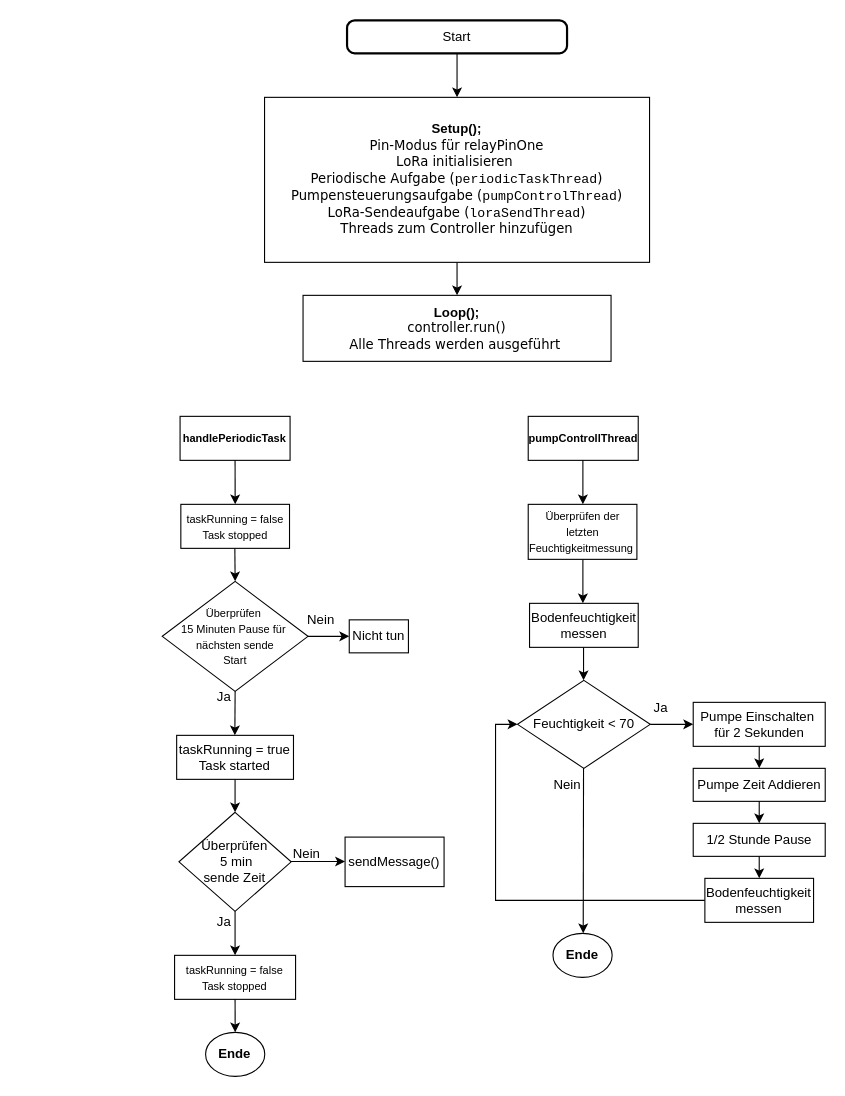
Before: Flowchart Geweachshaus.drawio in spitztli/SmartVeggie_Hub, a draw.io diagram. Source tidied: cells renumbered, new cells numbered last; positions are measured from the earlier drawing's top-left corner, leaving out a move shared by most shapes. Both pictures are drawn from the tidied source at 110%, with x=0, y=0 at pixel (162, 20).
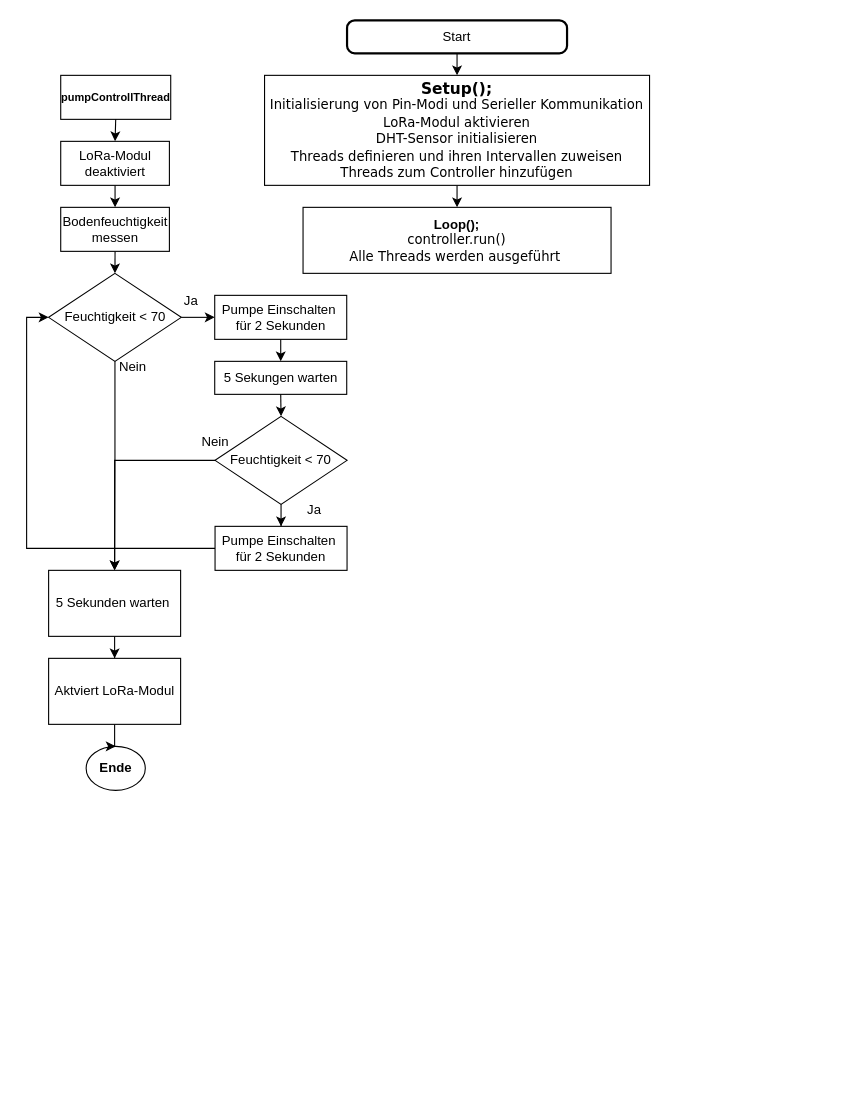
The same page after the edit.

What changed in the source:
```diff
@@
-    <mxCell id="4" style="endArrow=classic;html=1;rounded=0;entryX=0.5;entryY=0;entryDx=0;entryDy=0;" parent="1" edge="1" target="8">
-      <mxGeometry relative="1" as="geometry">
-        <mxPoint x="268" y="220" as="sourcePoint" />
-      </mxGeometry>
+    <mxCell id="4" style="endArrow=classic;html=1;rounded=0;entryX=0.5;entryY=0;entryDx=0;entryDy=0;exitX=0.5;exitY=1;exitDx=0;exitDy=0;" parent="1" edge="1" source="5" target="8">
+      <mxGeometry relative="1" as="geometry" />
     </mxCell>
-    <mxCell id="5" value="&lt;b&gt;Setup();&lt;/b&gt;&lt;br&gt;&lt;font face=&quot;Verdana&quot;&gt;Pin-Modus für &lt;/font&gt;&lt;code&gt;&lt;font face=&quot;Verdana&quot;&gt;relayPinOne&lt;br&gt;LoRa initialisieren&amp;nbsp;&lt;br&gt;Periodische Aufgabe (&lt;code style=&quot;&quot;&gt;periodicTaskThread&lt;/code&gt;)&lt;br&gt;Pumpensteuerungsaufgabe (&lt;code style=&quot;&quot;&gt;pumpControlThread&lt;/code&gt;)&lt;br&gt;LoRa-Sendeaufgabe (&lt;code style=&quot;&quot;&gt;loraSendThread&lt;/code&gt;)&lt;br&gt;Threads zum Controller hinzufügen&lt;/font&gt;&lt;br&gt;&lt;/code&gt;" style="rounded=0;whiteSpace=wrap;html=1;" parent="1" vertex="1">
-      <mxGeometry x="93" y="70" width="350" height="150" as="geometry" />
+    <mxCell id="5" value="&lt;font style=&quot;font-size: 14px;&quot;&gt;&lt;b style=&quot;&quot;&gt;&lt;font style=&quot;&quot; face=&quot;Verdana&quot;&gt;Setup();&lt;/font&gt;&lt;/b&gt;&lt;br&gt;&lt;/font&gt;&lt;code&gt;&lt;font style=&quot;font-size: 12px;&quot; face=&quot;Verdana&quot;&gt;Initialisierung von Pin-Modi und Serieller Kommunikation&lt;br&gt;LoRa-Modul aktivieren&lt;br&gt;DHT-Sensor initialisieren&lt;br&gt;Threads definieren und ihren Intervallen zuweisen&lt;br&gt;Threads zum Controller hinzufügen&lt;/font&gt;&lt;br&gt;&lt;/code&gt;" style="rounded=0;whiteSpace=wrap;html=1;" parent="1" vertex="1">
+      <mxGeometry x="93" y="50" width="350" height="100" as="geometry" />
     </mxCell>
-    <mxCell id="6" style="endArrow=classic;html=1;rounded=0;entryX=0.5;entryY=0;entryDx=0;entryDy=0;" parent="1" edge="1" target="21">
-      <mxGeometry relative="1" as="geometry">
-        <mxPoint x="66" y="480" as="sourcePoint" />
-      </mxGeometry>
-    </mxCell>
-    <mxCell id="7" style="endArrow=classic;html=1;rounded=0;exitX=1;exitY=0.5;exitDx=0;exitDy=0;" parent="1" edge="1">
-      <mxGeometry relative="1" as="geometry">
-        <mxPoint x="116.2" y="764.7" as="sourcePoint" />
-        <mxPoint x="166.2" y="764.7" as="targetPoint" />
-      </mxGeometry>
-    </mxCell>
     <mxCell id="8" value="&lt;b&gt;Loop();&lt;/b&gt;&lt;br&gt;&lt;font face=&quot;Verdana&quot;&gt;controller.run()&lt;br&gt;Alle Threads werden ausgeführt&lt;/font&gt;&amp;nbsp;" style="rounded=0;whiteSpace=wrap;html=1;" parent="1" vertex="1">
-      <mxGeometry x="128" y="250" width="280" height="60" as="geometry" />
+      <mxGeometry x="128" y="170" width="280" height="60" as="geometry" />
     </mxCell>
-    <mxCell id="9" value="&lt;b&gt;&lt;font style=&quot;font-size: 10px;&quot;&gt;handlePeriodicTask&lt;/font&gt;&lt;/b&gt;" style="rounded=0;whiteSpace=wrap;html=1;" parent="1" vertex="1">
-      <mxGeometry x="16.2" y="360" width="100" height="40" as="geometry" />
-    </mxCell>
-    <mxCell id="10" value="sendMessage()" style="rounded=0;whiteSpace=wrap;html=1;" parent="1" vertex="1">
-      <mxGeometry x="166.2" y="742.5" width="90" height="45" as="geometry" />
-    </mxCell>
-    <mxCell id="11" value="&lt;font style=&quot;font-size: 10px;&quot;&gt;taskRunning = false&lt;br&gt;Task stopped&lt;/font&gt;" style="rounded=0;whiteSpace=wrap;html=1;" parent="1" vertex="1">
-      <mxGeometry x="11.2" y="850" width="110" height="40" as="geometry" />
-    </mxCell>
-    <mxCell id="12" style="endArrow=classic;html=1;rounded=0;exitX=1;exitY=0.5;exitDx=0;exitDy=0;" parent="1" edge="1" source="21">
-      <mxGeometry relative="1" as="geometry">
-        <mxPoint x="170" y="560" as="targetPoint" />
-      </mxGeometry>
-    </mxCell>
-    <mxCell id="13" style="endArrow=classic;html=1;rounded=0;exitX=0.5;exitY=1;exitDx=0;exitDy=0;entryX=0.5;entryY=0;entryDx=0;entryDy=0;" parent="1" edge="1" source="22" target="20">
-      <mxGeometry relative="1" as="geometry" />
-    </mxCell>
-    <mxCell id="14" style="endArrow=classic;html=1;rounded=0;exitX=0.5;exitY=1;exitDx=0;exitDy=0;" parent="1" edge="1" source="20">
-      <mxGeometry relative="1" as="geometry">
-        <mxPoint x="66.2" y="850" as="targetPoint" />
-      </mxGeometry>
-    </mxCell>
-    <mxCell id="15" style="endArrow=classic;html=1;rounded=0;exitX=0.5;exitY=1;exitDx=0;exitDy=0;entryX=0.5;entryY=0;entryDx=0;entryDy=0;" parent="1" edge="1" source="11" target="25">
-      <mxGeometry relative="1" as="geometry" />
-    </mxCell>
-    <mxCell id="16" style="endArrow=classic;html=1;rounded=0;exitX=0.5;exitY=1;exitDx=0;exitDy=0;" parent="1" edge="1" source="21">
-      <mxGeometry relative="1" as="geometry">
-        <mxPoint x="66" y="650" as="targetPoint" />
-      </mxGeometry>
-    </mxCell>
-    <mxCell id="17" value="Ja" style="text;html=1;align=center;verticalAlign=middle;strokeColor=none;fillColor=none;" parent="1" vertex="1">
-      <mxGeometry x="36.2" y="600" width="40" height="30" as="geometry" />
-    </mxCell>
-    <mxCell id="18" value="Nein" style="text;html=1;align=center;verticalAlign=middle;strokeColor=none;fillColor=none;" parent="1" vertex="1">
-      <mxGeometry x="119.4" y="530" width="50" height="30" as="geometry" />
-    </mxCell>
-    <mxCell id="19" value="Nicht tun" style="rounded=0;whiteSpace=wrap;html=1;" parent="1" vertex="1">
-      <mxGeometry x="170" y="545" width="53.8" height="30" as="geometry" />
-    </mxCell>
-    <mxCell id="20" value="Überprüfen&lt;br&gt;&amp;nbsp;5 min&lt;br&gt;sende Zeit" style="rhombus;whiteSpace=wrap;html=1;" parent="1" vertex="1">
-      <mxGeometry x="15.2" y="720" width="102" height="90" as="geometry" />
-    </mxCell>
-    <mxCell id="21" value="&lt;font style=&quot;font-size: 10px;&quot;&gt;Überprüfen&amp;nbsp;&lt;br&gt;15 Minuten Pause für&amp;nbsp;&lt;br&gt;nächsten sende&lt;br&gt;Start&lt;br&gt;&lt;/font&gt;" style="rhombus;whiteSpace=wrap;html=1;" parent="1" vertex="1">
-      <mxGeometry y="510" width="132.5" height="100" as="geometry" />
-    </mxCell>
-    <mxCell id="22" value="taskRunning = true&lt;br&gt;Task started" style="rounded=0;whiteSpace=wrap;html=1;" parent="1" vertex="1">
-      <mxGeometry x="13.1" y="650" width="106.2" height="40" as="geometry" />
-    </mxCell>
-    <mxCell id="23" value="Nein" style="text;html=1;align=center;verticalAlign=middle;strokeColor=none;fillColor=none;" parent="1" vertex="1">
-      <mxGeometry x="106.2" y="742.5" width="50" height="30" as="geometry" />
-    </mxCell>
-    <mxCell id="24" value="Ja" style="text;html=1;align=center;verticalAlign=middle;strokeColor=none;fillColor=none;" parent="1" vertex="1">
-      <mxGeometry x="36.2" y="805" width="40" height="30" as="geometry" />
-    </mxCell>
-    <mxCell id="25" value="&lt;strong&gt;Ende&lt;/strong&gt;" style="ellipse;whiteSpace=wrap;html=1;" parent="1" vertex="1">
-      <mxGeometry x="39.4" y="920" width="53.8" height="40" as="geometry" />
-    </mxCell>
-    <mxCell id="26" value="&lt;font style=&quot;font-size: 10px;&quot;&gt;taskRunning = false&lt;br&gt;Task stopped&lt;/font&gt;" style="rounded=0;whiteSpace=wrap;html=1;" parent="1" vertex="1">
-      <mxGeometry x="16.9" y="440" width="98.8" height="40" as="geometry" />
-    </mxCell>
-    <mxCell id="27" style="endArrow=classic;html=1;rounded=0;entryX=0.5;entryY=0;entryDx=0;entryDy=0;exitX=0.5;exitY=1;exitDx=0;exitDy=0;" parent="1" edge="1" source="9" target="26">
-      <mxGeometry relative="1" as="geometry" />
-    </mxCell>
     <mxCell id="28" value="&lt;b&gt;&lt;font style=&quot;font-size: 10px;&quot;&gt;pumpControllThread&lt;/font&gt;&lt;/b&gt;" style="rounded=0;whiteSpace=wrap;html=1;" parent="1" vertex="1">
-      <mxGeometry x="332.7" y="360" width="100" height="40" as="geometry" />
+      <mxGeometry x="-92.3" y="50" width="100" height="40" as="geometry" />
     </mxCell>
-    <mxCell id="29" style="endArrow=classic;html=1;rounded=0;entryX=0.5;entryY=0;entryDx=0;entryDy=0;exitX=0.5;exitY=1;exitDx=0;exitDy=0;" parent="1" edge="1" source="40" target="41">
+    <mxCell id="29" style="endArrow=classic;html=1;rounded=0;exitX=0.5;exitY=1;exitDx=0;exitDy=0;" parent="1" edge="1" source="40" target="42">
       <mxGeometry relative="1" as="geometry" />
     </mxCell>
-    <mxCell id="30" style="endArrow=classic;html=1;rounded=0;exitX=0.5;exitY=1;exitDx=0;exitDy=0;" parent="1" edge="1">
-      <mxGeometry relative="1" as="geometry">
-        <mxPoint x="383" y="675" as="sourcePoint" />
-        <mxPoint x="382.7" y="830" as="targetPoint" />
-      </mxGeometry>
-    </mxCell>
-    <mxCell id="31" style="endArrow=classic;html=1;rounded=0;exitX=1;exitY=0.5;exitDx=0;exitDy=0;" parent="1" edge="1" source="37">
-      <mxGeometry relative="1" as="geometry">
-        <mxPoint x="482.7" y="640" as="targetPoint" />
-      </mxGeometry>
+    <mxCell id="31" style="endArrow=classic;html=1;rounded=0;exitX=1;exitY=0.5;exitDx=0;exitDy=0;entryX=0;entryY=0.5;entryDx=0;entryDy=0;" parent="1" edge="1" source="37" target="40">
+      <mxGeometry relative="1" as="geometry" />
     </mxCell>
-    <mxCell id="32" style="endArrow=classic;html=1;rounded=0;entryX=0.5;entryY=0;entryDx=0;entryDy=0;exitX=0.5;exitY=1;exitDx=0;exitDy=0;" parent="1" edge="1">
-      <mxGeometry relative="1" as="geometry">
-        <mxPoint x="383" y="560" as="sourcePoint" />
-        <mxPoint x="383" y="600" as="targetPoint" />
-      </mxGeometry>
+    <mxCell id="32" style="endArrow=classic;html=1;rounded=0;entryX=0.5;entryY=0;entryDx=0;entryDy=0;exitX=0.5;exitY=1;exitDx=0;exitDy=0;" parent="1" edge="1" source="36" target="37">
+      <mxGeometry relative="1" as="geometry" />
     </mxCell>
-    <mxCell id="33" style="endArrow=classic;html=1;rounded=0;entryX=0.5;entryY=0;entryDx=0;entryDy=0;exitX=0.5;exitY=1;exitDx=0;exitDy=0;" parent="1" edge="1">
-      <mxGeometry relative="1" as="geometry">
-        <mxPoint x="382.4" y="490" as="sourcePoint" />
-        <mxPoint x="382.4" y="530" as="targetPoint" />
-      </mxGeometry>
+    <mxCell id="33" style="endArrow=classic;html=1;rounded=0;entryX=0.5;entryY=0;entryDx=0;entryDy=0;exitX=0.5;exitY=1;exitDx=0;exitDy=0;" parent="1" edge="1" source="35" target="36">
+      <mxGeometry relative="1" as="geometry" />
     </mxCell>
-    <mxCell id="34" style="endArrow=classic;html=1;rounded=0;entryX=0.5;entryY=0;entryDx=0;entryDy=0;exitX=0.5;exitY=1;exitDx=0;exitDy=0;" parent="1" edge="1">
-      <mxGeometry relative="1" as="geometry">
-        <mxPoint x="382.4" y="400" as="sourcePoint" />
-        <mxPoint x="382.4" y="440" as="targetPoint" />
-      </mxGeometry>
+    <mxCell id="34" style="endArrow=classic;html=1;rounded=0;entryX=0.5;entryY=0;entryDx=0;entryDy=0;exitX=0.5;exitY=1;exitDx=0;exitDy=0;" parent="1" edge="1" source="28" target="35">
+      <mxGeometry relative="1" as="geometry" />
     </mxCell>
-    <mxCell id="35" value="&lt;span style=&quot;font-size: 10px;&quot;&gt;Überprüfen der letzten Feuchtigkeitmessung&amp;nbsp;&lt;/span&gt;" style="rounded=0;whiteSpace=wrap;html=1;" parent="1" vertex="1">
-      <mxGeometry x="332.7" y="440" width="98.8" height="50" as="geometry" />
+    <mxCell id="35" value="LoRa-Modul deaktiviert" style="rounded=0;whiteSpace=wrap;html=1;" parent="1" vertex="1">
+      <mxGeometry x="-92.3" y="110" width="98.8" height="40" as="geometry" />
     </mxCell>
     <mxCell id="36" value="Bodenfeuchtigkeit messen" style="rounded=0;whiteSpace=wrap;html=1;" parent="1" vertex="1">
-      <mxGeometry x="333.9" y="530" width="98.8" height="40" as="geometry" />
+      <mxGeometry x="-92.3" y="170" width="98.8" height="40" as="geometry" />
     </mxCell>
+    <mxCell id="48" style="edgeStyle=orthogonalEdgeStyle;rounded=0;jettySize=auto;html=1;" parent="1" edge="1" source="37" target="50">
+      <mxGeometry relative="1" as="geometry" />
+    </mxCell>
     <mxCell id="37" value="Feuchtigkeit &amp;lt; 70" style="rhombus;whiteSpace=wrap;html=1;" parent="1" vertex="1">
-      <mxGeometry x="323" y="600" width="120.6" height="80" as="geometry" />
+      <mxGeometry x="-103.3" y="230" width="120.6" height="80" as="geometry" />
     </mxCell>
     <mxCell id="38" value="Ja" style="text;html=1;align=center;verticalAlign=middle;strokeColor=none;fillColor=none;" parent="1" vertex="1">
-      <mxGeometry x="432.7" y="610" width="40" height="30" as="geometry" />
+      <mxGeometry x="6.4" y="240" width="40" height="30" as="geometry" />
     </mxCell>
-    <mxCell id="39" value="Nein" style="text;html=1;align=center;verticalAlign=middle;strokeColor=none;fillColor=none;" parent="1" vertex="1">
-      <mxGeometry x="342.7" y="680" width="50" height="30" as="geometry" />
-    </mxCell>
     <mxCell id="40" value="Pumpe Einschalten&amp;nbsp;&lt;br&gt;für 2 Sekunden" style="rounded=0;whiteSpace=wrap;html=1;" parent="1" vertex="1">
-      <mxGeometry x="482.7" y="620" width="120" height="40" as="geometry" />
+      <mxGeometry x="47.7" y="250" width="120" height="40" as="geometry" />
     </mxCell>
-    <mxCell id="41" value="Pumpe Zeit Addieren" style="rounded=0;whiteSpace=wrap;html=1;" parent="1" vertex="1">
-      <mxGeometry x="482.7" y="680" width="120" height="30" as="geometry" />
-    </mxCell>
-    <mxCell id="42" value="1/2 Stunde Pause" style="rounded=0;whiteSpace=wrap;html=1;" parent="1" vertex="1">
-      <mxGeometry x="482.7" y="730" width="120" height="30" as="geometry" />
+    <mxCell id="42" value="5 Sekungen warten" style="rounded=0;whiteSpace=wrap;html=1;" parent="1" vertex="1">
+      <mxGeometry x="47.7" y="310" width="120" height="30" as="geometry" />
     </mxCell>
-    <mxCell id="43" style="endArrow=classic;html=1;rounded=0;entryX=0.5;entryY=0;entryDx=0;entryDy=0;exitX=0.5;exitY=1;exitDx=0;exitDy=0;" parent="1" edge="1" source="41" target="42">
-      <mxGeometry relative="1" as="geometry" />
-    </mxCell>
-    <mxCell id="44" style="edgeStyle=orthogonalEdgeStyle;rounded=0;jettySize=auto;html=1;entryX=0;entryY=0.5;entryDx=0;entryDy=0;" parent="1" edge="1" source="45" target="37">
-      <mxGeometry relative="1" as="geometry" />
-    </mxCell>
-    <mxCell id="45" value="Bodenfeuchtigkeit messen" style="rounded=0;whiteSpace=wrap;html=1;" parent="1" vertex="1">
-      <mxGeometry x="493.3" y="780" width="98.8" height="40" as="geometry" />
-    </mxCell>
-    <mxCell id="46" style="endArrow=classic;html=1;rounded=0;entryX=0.5;entryY=0;entryDx=0;entryDy=0;exitX=0.5;exitY=1;exitDx=0;exitDy=0;" parent="1" edge="1" source="42" target="45">
+    <mxCell id="46" style="endArrow=classic;html=1;rounded=0;exitX=0.5;exitY=1;exitDx=0;exitDy=0;entryX=0.5;entryY=0;entryDx=0;entryDy=0;" parent="1" edge="1" source="42" target="55">
       <mxGeometry relative="1" as="geometry" />
     </mxCell>
     <mxCell id="47" value="&lt;strong&gt;Ende&lt;/strong&gt;" style="ellipse;whiteSpace=wrap;html=1;" parent="1" vertex="1">
-      <mxGeometry x="355.2" y="830" width="53.8" height="40" as="geometry" />
+      <mxGeometry x="-69.2" y="660" width="53.8" height="40" as="geometry" />
     </mxCell>
+    <mxCell id="49" style="edgeStyle=orthogonalEdgeStyle;rounded=0;jettySize=auto;html=1;entryX=0.5;entryY=0;entryDx=0;entryDy=0;" parent="1" edge="1" source="50" target="52">
+      <mxGeometry relative="1" as="geometry" />
+    </mxCell>
+    <mxCell id="50" value="5 Sekunden warten&amp;nbsp;" style="whiteSpace=wrap;html=1;" parent="1" vertex="1">
+      <mxGeometry x="-103.3" y="500" width="120" height="60" as="geometry" />
+    </mxCell>
+    <mxCell id="51" style="edgeStyle=orthogonalEdgeStyle;rounded=0;jettySize=auto;html=1;" parent="1" edge="1" source="52" target="47">
+      <mxGeometry relative="1" as="geometry" />
+    </mxCell>
+    <mxCell id="52" value="Aktviert LoRa-Modul" style="rounded=0;whiteSpace=wrap;html=1;" parent="1" vertex="1">
+      <mxGeometry x="-103.3" y="580" width="120" height="60" as="geometry" />
+    </mxCell>
+    <mxCell id="53" style="edgeStyle=orthogonalEdgeStyle;rounded=0;jettySize=auto;html=1;" parent="1" edge="1" source="55" target="57">
+      <mxGeometry relative="1" as="geometry" />
+    </mxCell>
+    <mxCell id="54" style="edgeStyle=orthogonalEdgeStyle;rounded=0;jettySize=auto;html=1;entryX=0.5;entryY=0;entryDx=0;entryDy=0;" parent="1" edge="1" source="55" target="50">
+      <mxGeometry relative="1" as="geometry" />
+    </mxCell>
+    <mxCell id="55" value="Feuchtigkeit &amp;lt; 70" style="rhombus;whiteSpace=wrap;html=1;" parent="1" vertex="1">
+      <mxGeometry x="48" y="360" width="120" height="80" as="geometry" />
+    </mxCell>
+    <mxCell id="56" style="edgeStyle=orthogonalEdgeStyle;rounded=0;jettySize=auto;html=1;entryX=0;entryY=0.5;entryDx=0;entryDy=0;" parent="1" edge="1" source="57" target="37">
+      <mxGeometry relative="1" as="geometry" />
+    </mxCell>
+    <mxCell id="57" value="Pumpe Einschalten&amp;nbsp;&lt;br&gt;für 2 Sekunden" style="rounded=0;whiteSpace=wrap;html=1;" parent="1" vertex="1">
+      <mxGeometry x="48" y="460" width="120" height="40" as="geometry" />
+    </mxCell>
+    <mxCell id="58" value="Ja" style="text;html=1;align=center;verticalAlign=middle;strokeColor=none;fillColor=none;" parent="1" vertex="1">
+      <mxGeometry x="118" y="430" width="40" height="30" as="geometry" />
+    </mxCell>
+    <mxCell id="59" value="Nein" style="text;html=1;align=center;verticalAlign=middle;strokeColor=none;fillColor=none;" parent="1" vertex="1">
+      <mxGeometry x="-51.7" y="300" width="50" height="30" as="geometry" />
+    </mxCell>
+    <mxCell id="60" value="Nein" style="text;html=1;align=center;verticalAlign=middle;strokeColor=none;fillColor=none;" parent="1" vertex="1">
+      <mxGeometry x="23" y="368" width="50" height="30" as="geometry" />
+    </mxCell>
```
